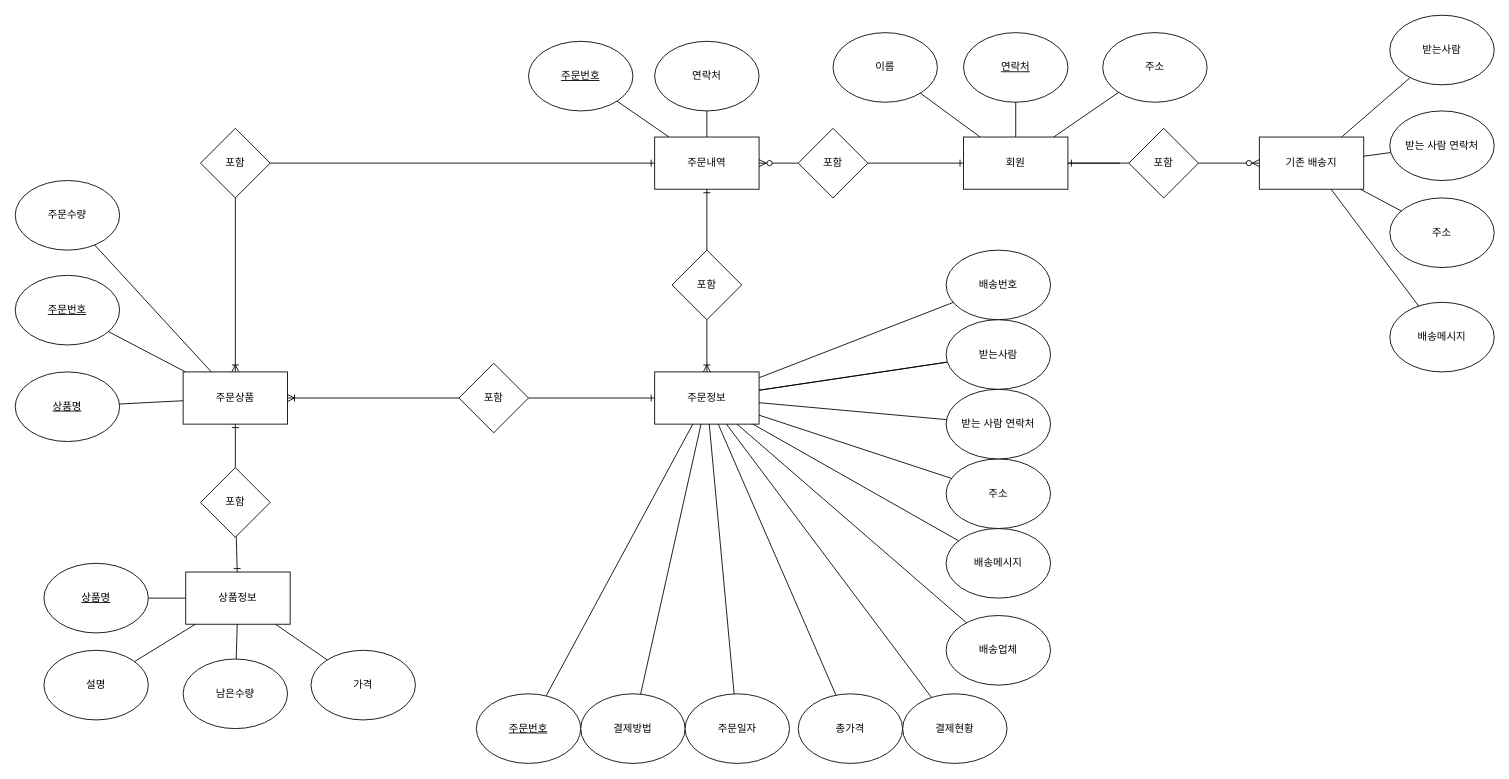
Above: database/1019.drawio in ParkJeong/course (draw.io), before the change. Source tidied: cells renumbered, new cells numbered last; positions are measured from the earlier drawing's top-left corner, leaving out a move shared by most shapes. Both pictures are drawn from the tidied source at 87%, with x=0, y=0 at pixel (15, 15).
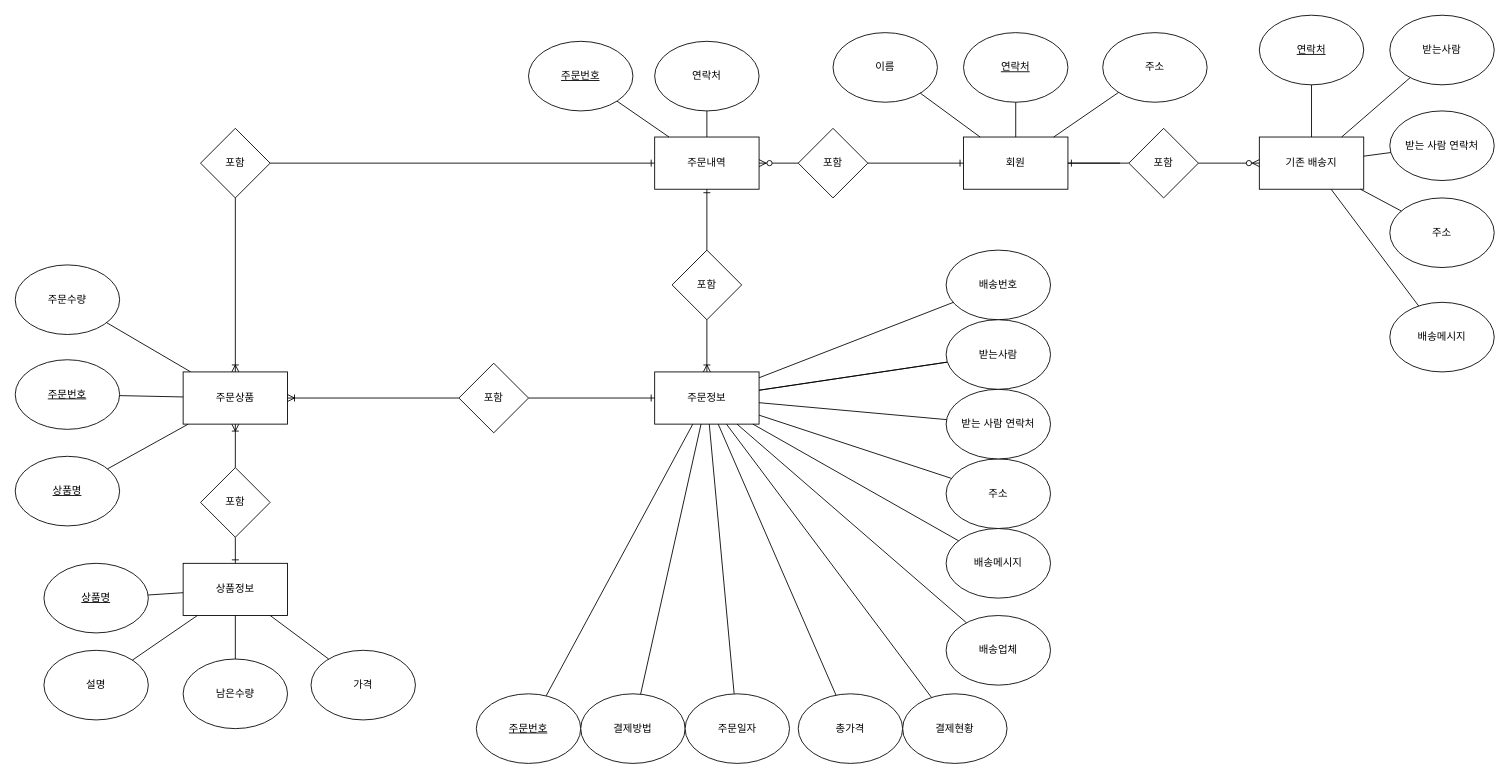
Above is the later version.

Unchanged cells that the change refers to:
```xml
<mxCell id="38" value="포함" style="rhombus;whiteSpace=wrap;html=1;" parent="1" vertex="1">
  <mxGeometry x="213" y="520" width="80" height="80" as="geometry" />
</mxCell>
<mxCell id="44" value="주문상품" style="rounded=0;whiteSpace=wrap;html=1;" parent="1" vertex="1">
  <mxGeometry x="193" y="410" width="120" height="60" as="geometry" />
</mxCell>
<mxCell id="59" value="기존 배송지" style="rounded=0;whiteSpace=wrap;html=1;" parent="1" vertex="1">
  <mxGeometry x="1430" y="140" width="120" height="60" as="geometry" />
</mxCell>
```

The edit, as a diff of the source:
```diff
@@
     <mxCell id="3" value="상품정보" style="rounded=0;whiteSpace=wrap;html=1;" parent="1" vertex="1">
-      <mxGeometry x="196" y="640" width="120" height="60" as="geometry" />
+      <mxGeometry x="193" y="630" width="120" height="60" as="geometry" />
     </mxCell>
@@
     <mxCell id="17" value="주문수량" style="ellipse;whiteSpace=wrap;html=1;" parent="1" vertex="1">
-      <mxGeometry y="190" width="120" height="80" as="geometry" />
+      <mxGeometry y="287" width="120" height="80" as="geometry" />
     </mxCell>
     <mxCell id="18" value="상품명" style="ellipse;whiteSpace=wrap;html=1;fontStyle=4;" parent="1" vertex="1">
-      <mxGeometry y="410" width="120" height="80" as="geometry" />
+      <mxGeometry y="507" width="120" height="80" as="geometry" />
     </mxCell>
@@
-    <mxCell id="39" style="endArrow=ERone;html=1;endFill=0;" parent="1" edge="1" source="38" target="44">
+    <mxCell id="39" style="endArrow=ERoneToMany;html=1;endFill=0;" parent="1" edge="1" source="38" target="44">
       <mxGeometry relative="1" as="geometry" />
     </mxCell>
@@
     <mxCell id="45" value="&lt;u&gt;주문번호&lt;/u&gt;" style="ellipse;whiteSpace=wrap;html=1;" parent="1" vertex="1">
-      <mxGeometry y="299" width="120" height="80" as="geometry" />
+      <mxGeometry y="396" width="120" height="80" as="geometry" />
     </mxCell>
@@
+    <mxCell id="82" value="&lt;u&gt;연락처&lt;/u&gt;" style="ellipse;whiteSpace=wrap;html=1;" parent="1" vertex="1">
+      <mxGeometry x="1430" width="120" height="80" as="geometry" />
+    </mxCell>
+    <mxCell id="83" style="endArrow=none;html=1;" parent="1" edge="1" source="59" target="82">
+      <mxGeometry relative="1" as="geometry" />
+    </mxCell>
```
